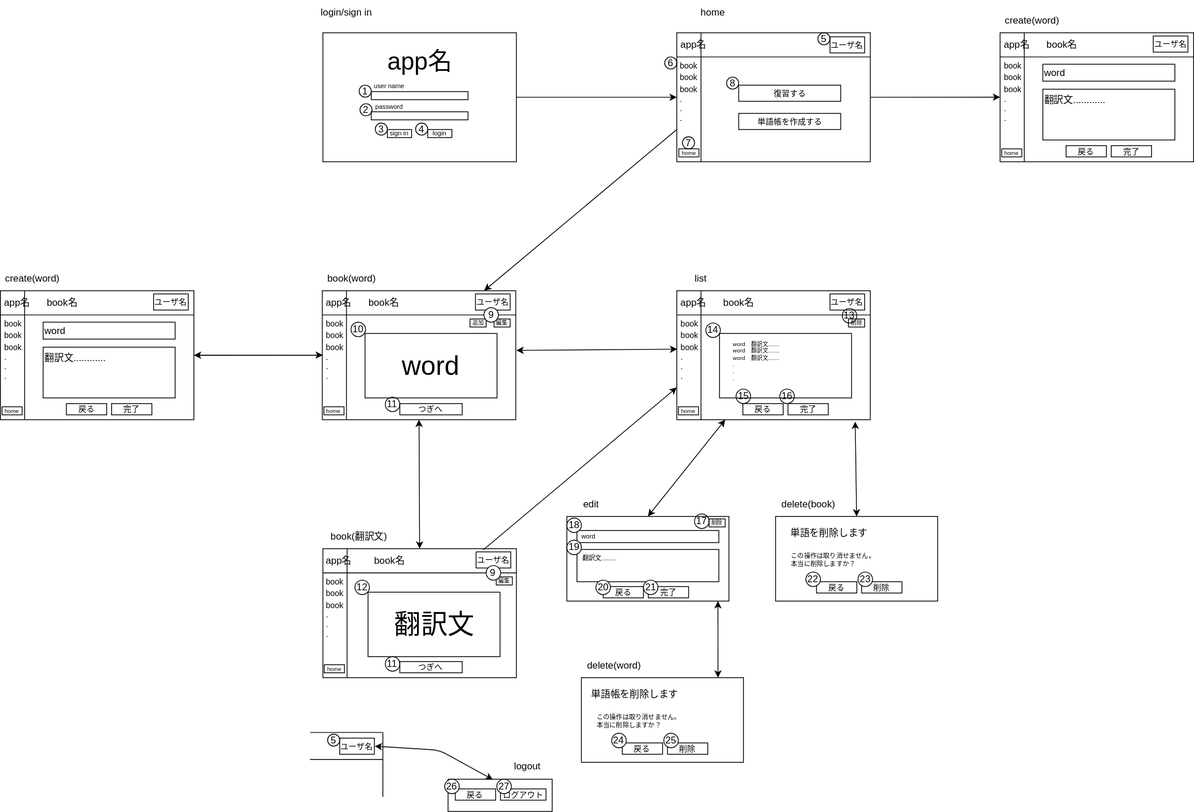
hisho-123/my-vocabulary-book_frontend keeps this draw.io diagram as 画面遷移図.drawio.svg. Above is the earlier version. Source tidied: cells renumbered, new cells last; positions are measured from the earlier drawing's top-left corner, leaving out a move shared by most shapes.
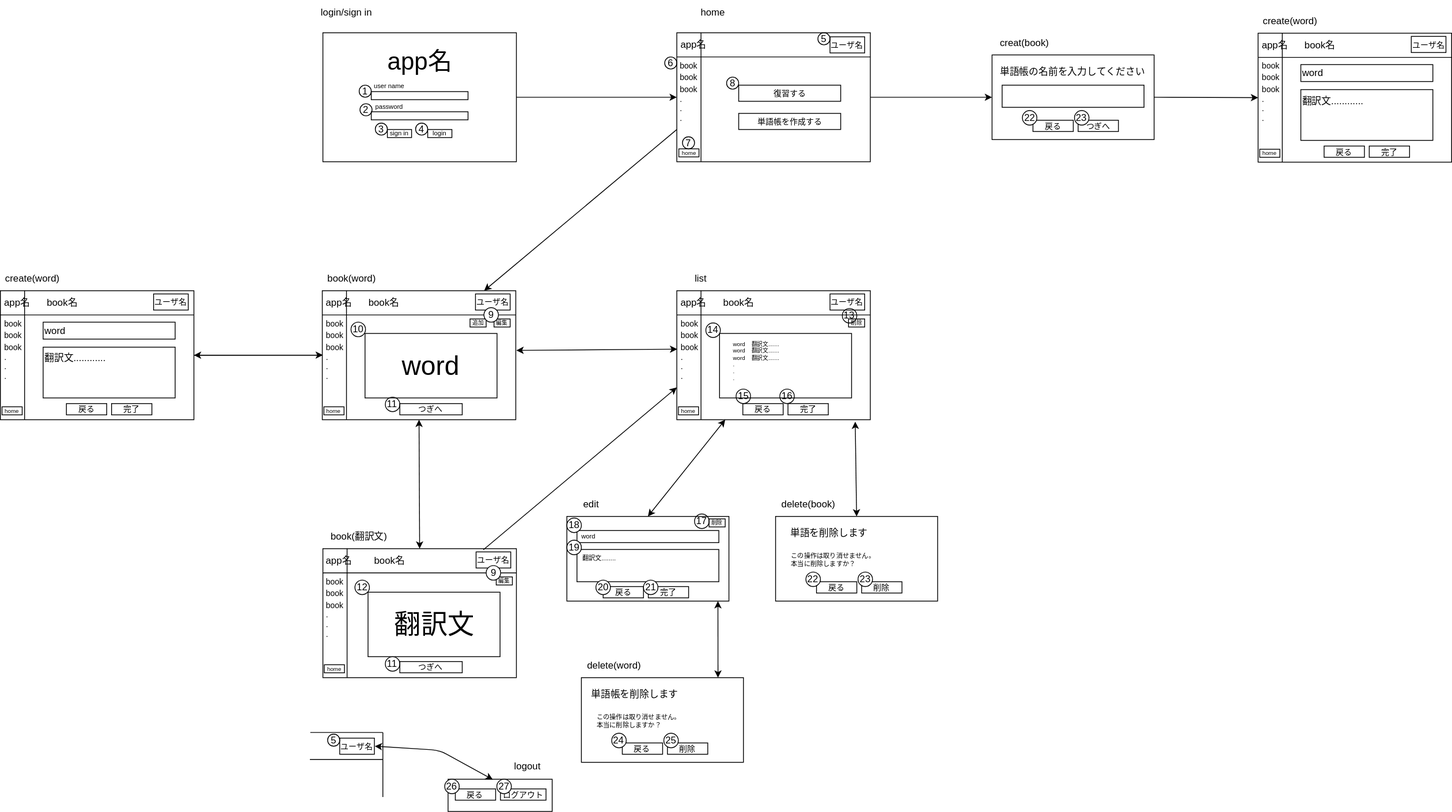
Later version of the same file.

Commit message:
単語帳作成機能を追加(issue/9)(HEAD)

The edit, as a diff of the source:
```diff
@@ -17,11 +17,9 @@
     <mxCell id="6" style="shape=internalStorage;whiteSpace=wrap;html=1;backgroundOutline=1;dx=30;dy=30;" parent="1" vertex="1">
       <mxGeometry x="399.2" y="360" width="240" height="160" as="geometry" />
     </mxCell>
-    <mxCell id="7" style="edgeStyle=none;html=1;exitX=1;exitY=0.5;exitDx=0;exitDy=0;fontSize=9;" parent="1" edge="1" source="8">
-      <mxGeometry relative="1" as="geometry">
-        <mxPoint x="1240" y="119.8" as="targetPoint" />
-      </mxGeometry>
-    </mxCell>
+    <mxCell id="145" style="edgeStyle=none;html=1;exitX=1;exitY=0.5;exitDx=0;exitDy=0;entryX=0;entryY=0.5;entryDx=0;entryDy=0;" parent="1" edge="1" source="8" target="147">
+      <mxGeometry relative="1" as="geometry" />
+    </mxCell>
     <mxCell id="8" style="shape=internalStorage;whiteSpace=wrap;html=1;backgroundOutline=1;dx=30;dy=30;" parent="1" vertex="1">
       <mxGeometry x="839" y="40" width="240" height="160" as="geometry" />
     </mxCell>
@@ -423,37 +421,64 @@
       <mxGeometry y="330" width="80" height="30" as="geometry" />
     </mxCell>
     <mxCell id="134" style="shape=internalStorage;whiteSpace=wrap;html=1;backgroundOutline=1;dx=30;dy=30;" parent="1" vertex="1">
-      <mxGeometry x="1240" y="40" width="240" height="160" as="geometry" />
+      <mxGeometry x="1560" y="40.5" width="240" height="160" as="geometry" />
     </mxCell>
     <mxCell id="135" value="翻訳文............" style="rounded=0;whiteSpace=wrap;html=1;strokeColor=default;fontSize=12;align=left;verticalAlign=top;" parent="1" vertex="1">
-      <mxGeometry x="1293" y="110" width="163.8" height="63" as="geometry" />
+      <mxGeometry x="1613" y="110.5" width="163.8" height="63" as="geometry" />
     </mxCell>
     <mxCell id="136" value="&lt;font style=&quot;font-size: 10px;&quot;&gt;ユーザ名&lt;/font&gt;" style="text;html=1;strokeColor=default;fillColor=none;align=center;verticalAlign=middle;whiteSpace=wrap;rounded=0;" parent="1" vertex="1">
-      <mxGeometry x="1430" y="44" width="43" height="20" as="geometry" />
+      <mxGeometry x="1750" y="44.5" width="43" height="20" as="geometry" />
     </mxCell>
     <mxCell id="137" value="&lt;font style=&quot;font-size: 12px;&quot;&gt;book名&lt;/font&gt;" style="text;html=1;strokeColor=none;fillColor=none;align=center;verticalAlign=middle;whiteSpace=wrap;rounded=0;fontSize=10;" parent="1" vertex="1">
-      <mxGeometry x="1286.8" y="40" width="60" height="30" as="geometry" />
+      <mxGeometry x="1606.8" y="40.5" width="60" height="30" as="geometry" />
     </mxCell>
     <mxCell id="138" value="&lt;font style=&quot;font-size: 12px;&quot;&gt;app名&lt;/font&gt;" style="text;html=1;strokeColor=none;fillColor=none;align=center;verticalAlign=middle;whiteSpace=wrap;rounded=0;fontSize=10;" parent="1" vertex="1">
-      <mxGeometry x="1240.5" y="40" width="40" height="30" as="geometry" />
+      <mxGeometry x="1560.5" y="40.5" width="40" height="30" as="geometry" />
     </mxCell>
     <mxCell id="139" value="&lt;font size=&quot;1&quot;&gt;book&lt;br&gt;book&lt;br&gt;book&lt;br&gt;&lt;div style=&quot;text-align: left;&quot;&gt;.&lt;/div&gt;&lt;div style=&quot;text-align: left;&quot;&gt;.&lt;/div&gt;&lt;div style=&quot;text-align: left;&quot;&gt;.&lt;/div&gt;&lt;/font&gt;" style="rounded=0;whiteSpace=wrap;html=1;strokeColor=none;fillColor=none;" parent="1" vertex="1">
-      <mxGeometry x="1240.5" y="75" width="30" height="75" as="geometry" />
+      <mxGeometry x="1560.5" y="75.5" width="30" height="75" as="geometry" />
     </mxCell>
     <mxCell id="140" value="&lt;font style=&quot;font-size: 7px;&quot;&gt;home&lt;/font&gt;" style="rounded=0;whiteSpace=wrap;html=1;spacingTop=-3;" parent="1" vertex="1">
-      <mxGeometry x="1242" y="184" width="25" height="10" as="geometry" />
+      <mxGeometry x="1562" y="184.5" width="25" height="10" as="geometry" />
     </mxCell>
     <mxCell id="141" value="word" style="rounded=0;whiteSpace=wrap;html=1;strokeColor=default;fontSize=12;align=left;" parent="1" vertex="1">
-      <mxGeometry x="1293" y="79" width="163.8" height="21" as="geometry" />
+      <mxGeometry x="1613" y="79.5" width="163.8" height="21" as="geometry" />
     </mxCell>
     <mxCell id="142" value="&lt;span style=&quot;font-size: 10px;&quot;&gt;戻る&lt;/span&gt;" style="text;html=1;strokeColor=default;fillColor=none;align=center;verticalAlign=middle;whiteSpace=wrap;rounded=0;" parent="1" vertex="1">
-      <mxGeometry x="1321.9" y="180" width="50" height="14" as="geometry" />
+      <mxGeometry x="1641.9" y="180.5" width="50" height="14" as="geometry" />
     </mxCell>
     <mxCell id="143" value="&lt;span style=&quot;font-size: 10px;&quot;&gt;完了&lt;/span&gt;" style="text;html=1;strokeColor=default;fillColor=none;align=center;verticalAlign=middle;whiteSpace=wrap;rounded=0;" parent="1" vertex="1">
-      <mxGeometry x="1377.9" y="180" width="50" height="14" as="geometry" />
+      <mxGeometry x="1697.9" y="180.5" width="50" height="14" as="geometry" />
     </mxCell>
     <mxCell id="144" value="create(word)" style="text;html=1;strokeColor=none;fillColor=none;align=center;verticalAlign=middle;whiteSpace=wrap;rounded=0;" parent="1" vertex="1">
-      <mxGeometry x="1240" y="10" width="80" height="30" as="geometry" />
+      <mxGeometry x="1560" y="10.5" width="80" height="30" as="geometry" />
     </mxCell>
+    <mxCell id="146" style="edgeStyle=none;html=1;exitX=1;exitY=0.5;exitDx=0;exitDy=0;entryX=0;entryY=0.5;entryDx=0;entryDy=0;" parent="1" edge="1" source="147" target="134">
+      <mxGeometry relative="1" as="geometry" />
+    </mxCell>
+    <mxCell id="147" style="rounded=0;whiteSpace=wrap;html=1;fontSize=7;fillColor=none;" parent="1" vertex="1">
+      <mxGeometry x="1230" y="67.5" width="201" height="105" as="geometry" />
+    </mxCell>
+    <mxCell id="148" value="&lt;span style=&quot;font-size: 12px;&quot;&gt;単語帳の名前を入力してください&lt;br&gt;&lt;/span&gt;" style="text;html=1;strokeColor=none;fillColor=none;align=center;verticalAlign=middle;whiteSpace=wrap;rounded=0;fontSize=8;" parent="1" vertex="1">
+      <mxGeometry x="1230" y="73.5" width="200" height="30" as="geometry" />
+    </mxCell>
+    <mxCell id="149" style="rounded=0;whiteSpace=wrap;html=1;fontSize=8;fillColor=none;align=left;spacingLeft=5;verticalAlign=top;strokeColor=default;" parent="1" vertex="1">
+      <mxGeometry x="1242.5" y="105" width="176" height="27.5" as="geometry" />
+    </mxCell>
+    <mxCell id="150" value="&lt;span style=&quot;font-size: 10px;&quot;&gt;戻る&lt;/span&gt;" style="text;html=1;strokeColor=default;fillColor=none;align=center;verticalAlign=middle;whiteSpace=wrap;rounded=0;" parent="1" vertex="1">
+      <mxGeometry x="1280.8" y="148.5" width="50" height="14" as="geometry" />
+    </mxCell>
+    <mxCell id="151" value="&lt;span style=&quot;font-size: 10px;&quot;&gt;つぎへ&lt;/span&gt;" style="text;html=1;strokeColor=default;fillColor=none;align=center;verticalAlign=middle;whiteSpace=wrap;rounded=0;" parent="1" vertex="1">
+      <mxGeometry x="1336.8" y="148.5" width="50" height="14" as="geometry" />
+    </mxCell>
+    <mxCell id="152" value="22" style="ellipse;whiteSpace=wrap;html=1;fontSize=12;fillColor=default;" parent="1" vertex="1">
+      <mxGeometry x="1267.6" y="136.5" width="18" height="18" as="geometry" />
+    </mxCell>
+    <mxCell id="153" value="23" style="ellipse;whiteSpace=wrap;html=1;fontSize=12;fillColor=default;" parent="1" vertex="1">
+      <mxGeometry x="1332.2" y="136.5" width="18" height="18" as="geometry" />
+    </mxCell>
+    <mxCell id="154" value="creat(book)" style="text;html=1;strokeColor=none;fillColor=none;align=center;verticalAlign=middle;whiteSpace=wrap;rounded=0;" parent="1" vertex="1">
+      <mxGeometry x="1230" y="37.5" width="80.8" height="30" as="geometry" />
+    </mxCell>
   </root>
 </mxGraphModel>
```
